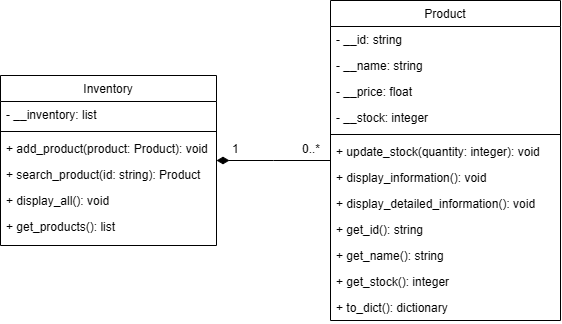
Before: Lab 6/Lab6_UML.png, a diagram exported from draw.io (RuiHan-SIT/INF1103-Labs). Source tidied: cells renumbered, new cells last; positions are measured from the earlier drawing's top-left corner, leaving out a move shared by most shapes.
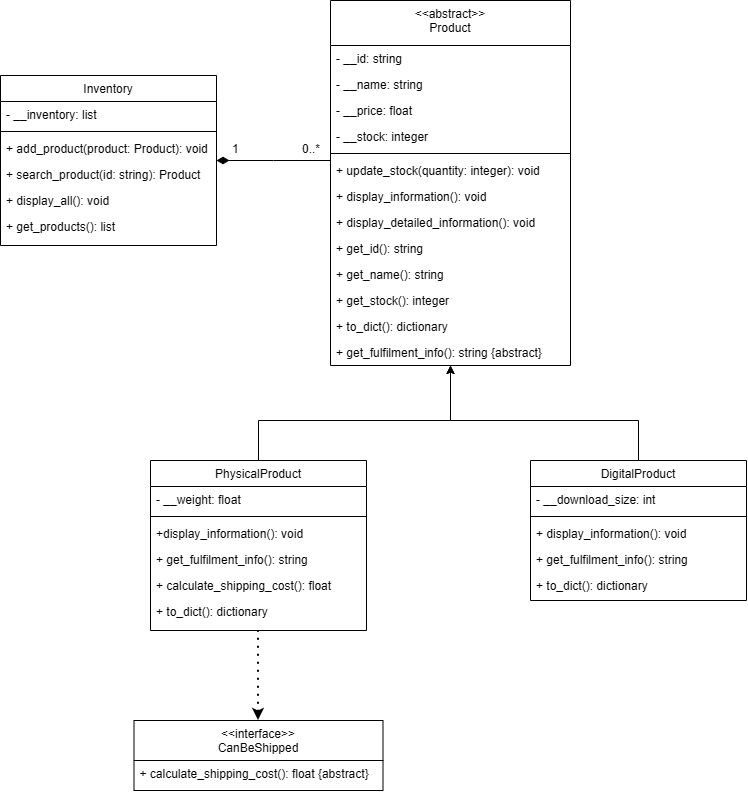
The same diagram one commit later.

Change to the diagram source:
```diff
@@ -23,45 +23,48 @@
     <mxCell id="8" value="+ get_products(): list" style="text;align=left;verticalAlign=top;spacingLeft=4;spacingRight=4;overflow=hidden;" parent="2" vertex="1">
       <mxGeometry y="138" width="216" height="26" as="geometry" />
     </mxCell>
-    <mxCell id="9" value="Product" style="swimlane;fontStyle=0;align=center;verticalAlign=top;horizontal=1;startSize=26;rounded=0;shadow=0;strokeWidth=1;" parent="1" vertex="1">
-      <mxGeometry x="330" width="230" height="320" as="geometry" />
+    <mxCell id="9" value="&lt;&lt;abstract&gt;&gt;&#10;Product" style="swimlane;fontStyle=0;align=center;verticalAlign=top;horizontal=1;startSize=45;rounded=0;shadow=0;strokeWidth=1;" parent="1" vertex="1">
+      <mxGeometry x="330" width="240" height="365" as="geometry" />
     </mxCell>
     <mxCell id="10" value="- __id: string" style="text;align=left;verticalAlign=top;spacingLeft=4;spacingRight=4;overflow=hidden;" parent="9" vertex="1">
-      <mxGeometry y="26" width="230" height="26" as="geometry" />
+      <mxGeometry y="45" width="240" height="26" as="geometry" />
     </mxCell>
     <mxCell id="11" value="- __name: string" style="text;align=left;verticalAlign=top;spacingLeft=4;spacingRight=4;overflow=hidden;rounded=0;shadow=0;html=0;" parent="9" vertex="1">
-      <mxGeometry y="52" width="230" height="26" as="geometry" />
+      <mxGeometry y="71" width="240" height="26" as="geometry" />
     </mxCell>
     <mxCell id="12" value="- __price: float" style="text;align=left;verticalAlign=top;spacingLeft=4;spacingRight=4;overflow=hidden;rounded=0;shadow=0;html=0;" parent="9" vertex="1">
-      <mxGeometry y="78" width="230" height="26" as="geometry" />
+      <mxGeometry y="97" width="240" height="26" as="geometry" />
     </mxCell>
     <mxCell id="13" value="- __stock: integer" style="text;align=left;verticalAlign=top;spacingLeft=4;spacingRight=4;overflow=hidden;rounded=0;shadow=0;html=0;" parent="9" vertex="1">
-      <mxGeometry y="104" width="230" height="26" as="geometry" />
+      <mxGeometry y="123" width="240" height="26" as="geometry" />
     </mxCell>
     <mxCell id="14" style="line;html=1;strokeWidth=1;align=left;verticalAlign=middle;spacingTop=-1;spacingLeft=3;spacingRight=3;labelPosition=right;" parent="9" vertex="1">
-      <mxGeometry y="130" width="230" height="8" as="geometry" />
+      <mxGeometry y="149" width="240" height="8" as="geometry" />
     </mxCell>
     <mxCell id="15" value="+ update_stock(quantity: integer): void" style="text;align=left;verticalAlign=top;spacingLeft=4;spacingRight=4;overflow=hidden;" parent="9" vertex="1">
-      <mxGeometry y="138" width="230" height="26" as="geometry" />
+      <mxGeometry y="157" width="240" height="26" as="geometry" />
     </mxCell>
     <mxCell id="16" value="+ display_information(): void" style="text;align=left;verticalAlign=top;spacingLeft=4;spacingRight=4;overflow=hidden;fontStyle=0;" parent="9" vertex="1">
-      <mxGeometry y="164" width="230" height="26" as="geometry" />
+      <mxGeometry y="183" width="240" height="26" as="geometry" />
     </mxCell>
     <mxCell id="17" value="+ display_detailed_information(): void" style="text;align=left;verticalAlign=top;spacingLeft=4;spacingRight=4;overflow=hidden;fontStyle=0;" parent="9" vertex="1">
-      <mxGeometry y="190" width="230" height="26" as="geometry" />
+      <mxGeometry y="209" width="240" height="26" as="geometry" />
     </mxCell>
     <mxCell id="18" value="+ get_id(): string" style="text;align=left;verticalAlign=top;spacingLeft=4;spacingRight=4;overflow=hidden;fontStyle=0;" parent="9" vertex="1">
-      <mxGeometry y="216" width="230" height="26" as="geometry" />
+      <mxGeometry y="235" width="240" height="26" as="geometry" />
     </mxCell>
     <mxCell id="19" value="+ get_name(): string" style="text;align=left;verticalAlign=top;spacingLeft=4;spacingRight=4;overflow=hidden;fontStyle=0;" parent="9" vertex="1">
-      <mxGeometry y="242" width="230" height="26" as="geometry" />
+      <mxGeometry y="261" width="240" height="26" as="geometry" />
     </mxCell>
     <mxCell id="20" value="+ get_stock(): integer" style="text;align=left;verticalAlign=top;spacingLeft=4;spacingRight=4;overflow=hidden;fontStyle=0;" parent="9" vertex="1">
-      <mxGeometry y="268" width="230" height="26" as="geometry" />
+      <mxGeometry y="287" width="240" height="26" as="geometry" />
     </mxCell>
     <mxCell id="21" value="+ to_dict(): dictionary" style="text;align=left;verticalAlign=top;spacingLeft=4;spacingRight=4;overflow=hidden;fontStyle=0;" parent="9" vertex="1">
-      <mxGeometry y="294" width="230" height="26" as="geometry" />
+      <mxGeometry y="313" width="240" height="26" as="geometry" />
     </mxCell>
+    <mxCell id="25" value="+ get_fulfilment_info(): string {abstract}" style="text;align=left;verticalAlign=top;spacingLeft=4;spacingRight=4;overflow=hidden;fontStyle=0;" parent="9" vertex="1">
+      <mxGeometry y="339" width="240" height="26" as="geometry" />
+    </mxCell>
     <mxCell id="22" style="endArrow=diamondThin;endSize=10;endFill=1;shadow=0;strokeWidth=1;rounded=0;curved=0;edgeStyle=elbowEdgeStyle;elbow=vertical;startArrow=none;startFill=0;" parent="1" edge="1" source="9" target="2">
       <mxGeometry relative="1" as="geometry" />
     </mxCell>
@@ -71,5 +74,69 @@
     <mxCell id="24" value="0..*" style="text;whiteSpace=wrap;html=1;" parent="1" vertex="1">
       <mxGeometry x="300" y="135" width="20" height="30" as="geometry" />
     </mxCell>
+    <mxCell id="26" value="PhysicalProduct" style="swimlane;fontStyle=0;align=center;verticalAlign=top;horizontal=1;startSize=26;rounded=0;shadow=0;strokeWidth=1;" parent="1" vertex="1">
+      <mxGeometry x="150" y="460" width="216" height="170" as="geometry" />
+    </mxCell>
+    <mxCell id="27" value="- __weight: float" style="text;align=left;verticalAlign=top;spacingLeft=4;spacingRight=4;overflow=hidden;" parent="26" vertex="1">
+      <mxGeometry y="26" width="216" height="26" as="geometry" />
+    </mxCell>
+    <mxCell id="28" style="line;html=1;strokeWidth=1;align=left;verticalAlign=middle;spacingTop=-1;spacingLeft=3;spacingRight=3;labelPosition=right;" parent="26" vertex="1">
+      <mxGeometry y="52" width="216" height="8" as="geometry" />
+    </mxCell>
+    <mxCell id="29" value="+display_information(): void" style="text;align=left;verticalAlign=top;spacingLeft=4;spacingRight=4;overflow=hidden;" parent="26" vertex="1">
+      <mxGeometry y="60" width="216" height="26" as="geometry" />
+    </mxCell>
+    <mxCell id="30" value="+ get_fulfilment_info(): string" style="text;align=left;verticalAlign=top;spacingLeft=4;spacingRight=4;overflow=hidden;" parent="26" vertex="1">
+      <mxGeometry y="86" width="216" height="26" as="geometry" />
+    </mxCell>
+    <mxCell id="31" value="+ calculate_shipping_cost(): float" style="text;align=left;verticalAlign=top;spacingLeft=4;spacingRight=4;overflow=hidden;" parent="26" vertex="1">
+      <mxGeometry y="112" width="216" height="26" as="geometry" />
+    </mxCell>
+    <mxCell id="32" value="+ to_dict(): dictionary" style="text;align=left;verticalAlign=top;spacingLeft=4;spacingRight=4;overflow=hidden;" parent="26" vertex="1">
+      <mxGeometry y="138" width="216" height="30" as="geometry" />
+    </mxCell>
+    <mxCell id="33" value="DigitalProduct" style="swimlane;fontStyle=0;align=center;verticalAlign=top;horizontal=1;startSize=26;rounded=0;shadow=0;strokeWidth=1;" parent="1" vertex="1">
+      <mxGeometry x="530" y="460" width="216" height="140" as="geometry" />
+    </mxCell>
+    <mxCell id="34" value="- __download_size: int" style="text;align=left;verticalAlign=top;spacingLeft=4;spacingRight=4;overflow=hidden;" parent="33" vertex="1">
+      <mxGeometry y="26" width="216" height="26" as="geometry" />
+    </mxCell>
+    <mxCell id="35" style="line;html=1;strokeWidth=1;align=left;verticalAlign=middle;spacingTop=-1;spacingLeft=3;spacingRight=3;labelPosition=right;" parent="33" vertex="1">
+      <mxGeometry y="52" width="216" height="8" as="geometry" />
+    </mxCell>
+    <mxCell id="36" value="+ display_information(): void" style="text;align=left;verticalAlign=top;spacingLeft=4;spacingRight=4;overflow=hidden;" parent="33" vertex="1">
+      <mxGeometry y="60" width="216" height="26" as="geometry" />
+    </mxCell>
+    <mxCell id="37" value="+ get_fulfilment_info(): string" style="text;align=left;verticalAlign=top;spacingLeft=4;spacingRight=4;overflow=hidden;" parent="33" vertex="1">
+      <mxGeometry y="86" width="216" height="26" as="geometry" />
+    </mxCell>
+    <mxCell id="38" value="+ to_dict(): dictionary" style="text;align=left;verticalAlign=top;spacingLeft=4;spacingRight=4;overflow=hidden;" parent="33" vertex="1">
+      <mxGeometry y="112" width="216" height="26" as="geometry" />
+    </mxCell>
+    <mxCell id="39" style="endArrow=classic;html=1;rounded=0;defaultLabelBackgroundColor=page;exitX=0.5;exitY=0;exitDx=0;exitDy=0;entryX=0.5;entryY=1;entryDx=0;entryDy=0;" parent="1" edge="1" source="26" target="9">
+      <mxGeometry x="-0.76" relative="1" as="geometry">
+        <Array as="points">
+          <mxPoint x="258" y="420" />
+          <mxPoint x="450" y="420" />
+        </Array>
+      </mxGeometry>
+    </mxCell>
+    <mxCell id="40" style="endArrow=classic;html=1;rounded=0;defaultLabelBackgroundColor=page;exitX=0.5;exitY=0;exitDx=0;exitDy=0;entryX=0.5;entryY=1;entryDx=0;entryDy=0;" parent="1" edge="1" source="33" target="9">
+      <mxGeometry x="-0.73" relative="1" as="geometry">
+        <Array as="points">
+          <mxPoint x="638" y="420" />
+          <mxPoint x="450" y="420" />
+        </Array>
+      </mxGeometry>
+    </mxCell>
+    <mxCell id="41" value="&lt;&lt;interface&gt;&gt;&#10;CanBeShipped" style="swimlane;fontStyle=0;align=center;verticalAlign=top;horizontal=1;startSize=40;rounded=0;shadow=0;strokeWidth=1;" parent="1" vertex="1">
+      <mxGeometry x="133.5" y="720" width="249" height="70" as="geometry" />
+    </mxCell>
+    <mxCell id="42" value="+ calculate_shipping_cost(): float {abstract}" style="text;align=left;verticalAlign=top;spacingLeft=4;spacingRight=4;overflow=hidden;" parent="41" vertex="1">
+      <mxGeometry y="40" width="249" height="26" as="geometry" />
+    </mxCell>
+    <mxCell id="43" style="endArrow=none;dashed=1;html=1;dashPattern=1 3;strokeWidth=2;rounded=0;defaultLabelBackgroundColor=page;entryX=0.5;entryY=1;entryDx=0;entryDy=0;exitX=0.5;exitY=0;exitDx=0;exitDy=0;endFill=0;startArrow=classic;startFill=1;" parent="1" edge="1" source="41" target="26">
+      <mxGeometry relative="1" as="geometry" />
+    </mxCell>
   </root>
 </mxGraphModel>
```
